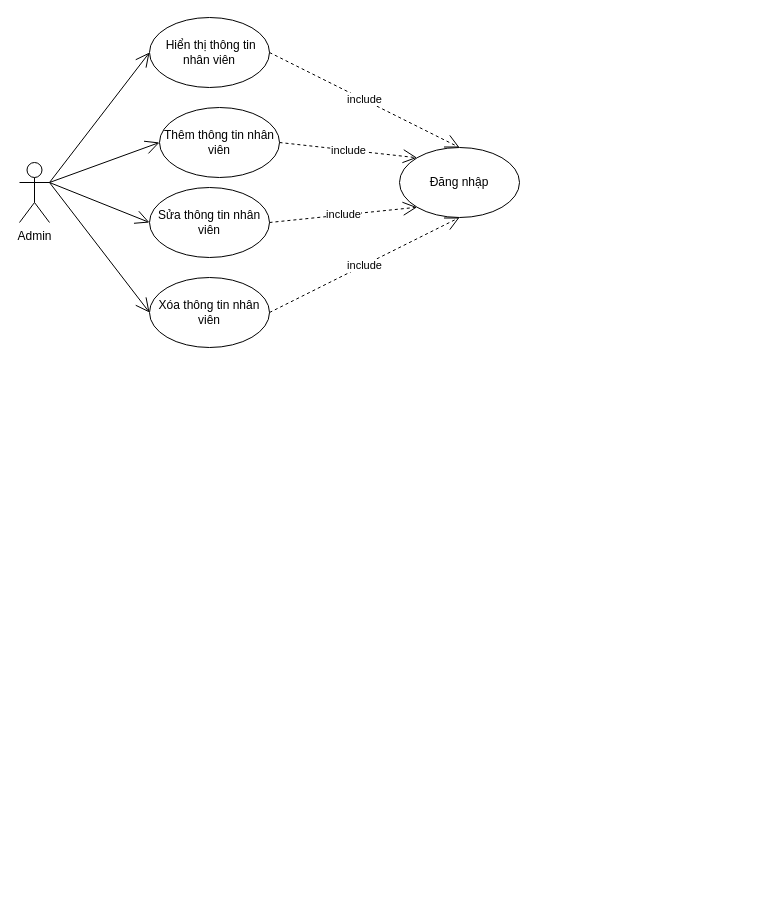
The draw.io diagram page "Quản lý nhân viên" (5 of 40) of PlantCare.drawio in kimngan0903/KimNgan_DoAnTotNghiep_2110900033, before the edit. Source tidied: cells renumbered, new cells numbered last; positions are measured from the earlier drawing's top-left corner, leaving out a move shared by most shapes. Both pictures are drawn from the tidied source at 100%, with x=0, y=0 at pixel (19, 17).
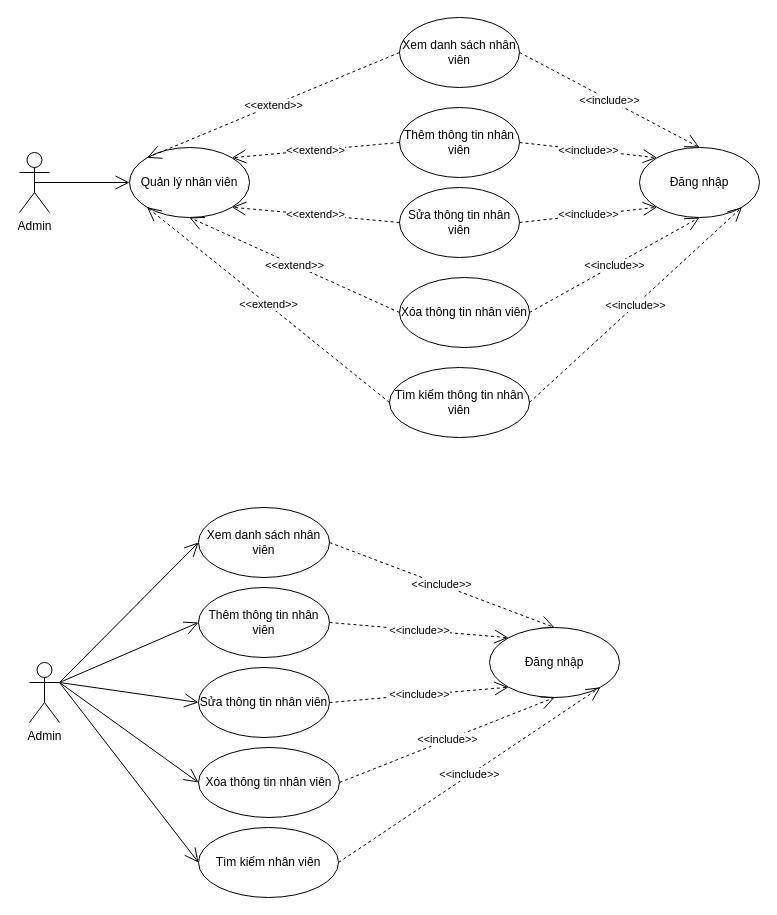
After the change.

Diff of the diagram source:
```diff
@@
     <mxCell id="2" value="Admin" style="shape=umlActor;verticalLabelPosition=bottom;verticalAlign=top;html=1;" parent="1" vertex="1">
-      <mxGeometry y="145" width="30" height="60" as="geometry" />
+      <mxGeometry y="135" width="30" height="60" as="geometry" />
     </mxCell>
-    <mxCell id="3" style="endArrow=open;endFill=1;endSize=12;html=1;rounded=0;exitX=1;exitY=0.3333333333333333;exitDx=0;exitDy=0;exitPerimeter=0;entryX=0;entryY=0.5;entryDx=0;entryDy=0;" parent="1" edge="1" source="2" target="7">
-      <mxGeometry relative="1" as="geometry" />
-    </mxCell>
     <mxCell id="4" value="Thêm thông tin nhân viên" style="ellipse;whiteSpace=wrap;html=1;" parent="1" vertex="1">
-      <mxGeometry x="140" y="90" width="120" height="70" as="geometry" />
+      <mxGeometry x="380" y="90" width="120" height="70" as="geometry" />
     </mxCell>
     <mxCell id="5" value="Sửa&lt;span style=&quot;color: rgba(0, 0, 0, 0); font-family: monospace; font-size: 0px; text-align: start; text-wrap-mode: nowrap;&quot;&gt;%&lt;/span&gt;&lt;span style=&quot;background-color: transparent; text-wrap-mode: nowrap; color: rgba(0, 0, 0, 0); font-family: monospace; font-size: 0px; text-align: start;&quot;&gt;3CmxGraphModel%3E%3Croot%3E%3CmxCell%20id%3D%220%22%2F%3E%3CmxCell%20id%3D%221%22%20parent%3D%220%22%2F%3E%3CmxCell%20id%3D%222%22%20value%3D%22Qu%E1%BA%A3n%20l%C3%BD%20kh%C3%A1ch%20h%C3%A0ng%22%20style%3D%22ellipse%3BwhiteSpace%3Dwrap%3Bhtml%3D1%3B%22%20vertex%3D%221%22%20parent%3D%221%22%3E%3CmxGeometry%20x%3D%22240%22%20y%3D%22210%22%20width%3D%22120%22%20height%3D%2270%22%20as%3D%22geometry%22%2F%3E%3C%2FmxCell%3E%3C%2Froot%3E%3C%2FmxGraphMo&lt;/span&gt;&lt;span style=&quot;background-color: transparent; color: light-dark(rgb(0, 0, 0), rgb(255, 255, 255));&quot;&gt;&amp;nbsp;thông tin nhân viên&lt;/span&gt;" style="ellipse;whiteSpace=wrap;html=1;" parent="1" vertex="1">
-      <mxGeometry x="130" y="170" width="120" height="70" as="geometry" />
+      <mxGeometry x="380" y="170" width="120" height="70" as="geometry" />
     </mxCell>
     <mxCell id="6" value="Xóa thông tin nhân viên" style="ellipse;whiteSpace=wrap;html=1;" parent="1" vertex="1">
-      <mxGeometry x="130" y="260" width="120" height="70" as="geometry" />
+      <mxGeometry x="380" y="260" width="130" height="70" as="geometry" />
     </mxCell>
-    <mxCell id="7" value="&lt;span style=&quot;color: rgba(0, 0, 0, 0); font-family: monospace; font-size: 0px; text-align: start; text-wrap-mode: nowrap;&quot;&gt;%&lt;/span&gt;&lt;span style=&quot;background-color: transparent; text-wrap-mode: nowrap; color: rgba(0, 0, 0, 0); font-family: monospace; font-size: 0px; text-align: start;&quot;&gt;3CmxGraphModel%3E%3Croot%3E%3CmxCell%20id%3D%220%22%2F%3E%3CmxCell%20id%3D%221%22%20parent%3D%220%22%2F%3E%3CmxCell%20id%3D%222%22%20value%3D%22Qu%E1%BA%A3n%20l%C3%BD%20kh%C3%A1ch%20h%C3%A0ng%22%20style%3D%22ellipse%3BwhiteSpace%3Dwrap%3Bhtml%3D1%3B%22%20vertex%3D%221%22%20parent%3D%221%22%3E%3CmxGeometry%20x%3D%22240%22%20y%3D%22210%22%20width%3D%22120%22%20height%3D%2270%22%20as%3D%22geometry%22%2F%3E%3C%2FmxCell%3E%3C%2Froot%3E%3C%2FmxGraphMo&lt;/span&gt;&lt;span style=&quot;background-color: transparent; color: light-dark(rgb(0, 0, 0), rgb(255, 255, 255));&quot;&gt;&amp;nbsp;Hiển thị thông tin nhân viên&lt;/span&gt;" style="ellipse;whiteSpace=wrap;html=1;" parent="1" vertex="1">
-      <mxGeometry x="130" width="120" height="70" as="geometry" />
+    <mxCell id="7" value="Xem danh sách nhân viên" style="ellipse;whiteSpace=wrap;html=1;" parent="1" vertex="1">
+      <mxGeometry x="380" width="120" height="70" as="geometry" />
     </mxCell>
-    <mxCell id="8" value="include" style="endArrow=open;endSize=12;dashed=1;html=1;rounded=0;exitX=1;exitY=0.5;exitDx=0;exitDy=0;entryX=0.5;entryY=0;entryDx=0;entryDy=0;" parent="1" edge="1" source="7" target="9">
+    <mxCell id="8" value="&amp;lt;&amp;lt;include&amp;gt;&amp;gt;" style="endArrow=open;endSize=12;dashed=1;html=1;rounded=0;exitX=1;exitY=0.5;exitDx=0;exitDy=0;entryX=0.5;entryY=0;entryDx=0;entryDy=0;" parent="1" edge="1" source="7" target="9">
       <mxGeometry relative="1" as="geometry" />
     </mxCell>
     <mxCell id="9" value="Đăng nhập" style="ellipse;whiteSpace=wrap;html=1;" parent="1" vertex="1">
-      <mxGeometry x="380" y="130" width="120" height="70" as="geometry" />
+      <mxGeometry x="620" y="130" width="120" height="70" as="geometry" />
     </mxCell>
-    <mxCell id="10" value="include" style="endArrow=open;endSize=12;dashed=1;html=1;rounded=0;exitX=1;exitY=0.5;exitDx=0;exitDy=0;entryX=0;entryY=0;entryDx=0;entryDy=0;" parent="1" edge="1" source="4" target="9">
+    <mxCell id="10" value="&amp;lt;&amp;lt;include&amp;gt;&amp;gt;" style="endArrow=open;endSize=12;dashed=1;html=1;rounded=0;exitX=1;exitY=0.5;exitDx=0;exitDy=0;entryX=0;entryY=0;entryDx=0;entryDy=0;" parent="1" edge="1" source="4" target="9">
       <mxGeometry relative="1" as="geometry" />
     </mxCell>
-    <mxCell id="11" value="include" style="endArrow=open;endSize=12;dashed=1;html=1;rounded=0;exitX=1;exitY=0.5;exitDx=0;exitDy=0;entryX=0;entryY=1;entryDx=0;entryDy=0;" parent="1" edge="1" source="5" target="9">
+    <mxCell id="11" value="&amp;lt;&amp;lt;include&amp;gt;&amp;gt;" style="endArrow=open;endSize=12;dashed=1;html=1;rounded=0;exitX=1;exitY=0.5;exitDx=0;exitDy=0;entryX=0;entryY=1;entryDx=0;entryDy=0;" parent="1" edge="1" source="5" target="9">
       <mxGeometry relative="1" as="geometry" />
     </mxCell>
-    <mxCell id="12" value="include" style="endArrow=open;endSize=12;dashed=1;html=1;rounded=0;exitX=1;exitY=0.5;exitDx=0;exitDy=0;entryX=0.5;entryY=1;entryDx=0;entryDy=0;" parent="1" edge="1" source="6" target="9">
+    <mxCell id="12" value="&amp;lt;&amp;lt;include&amp;gt;&amp;gt;" style="endArrow=open;endSize=12;dashed=1;html=1;rounded=0;exitX=1;exitY=0.5;exitDx=0;exitDy=0;entryX=0.5;entryY=1;entryDx=0;entryDy=0;" parent="1" edge="1" source="6" target="9">
       <mxGeometry relative="1" as="geometry" />
     </mxCell>
-    <mxCell id="13" style="endArrow=open;endFill=1;endSize=12;html=1;rounded=0;exitX=1;exitY=0.3333333333333333;exitDx=0;exitDy=0;exitPerimeter=0;entryX=0;entryY=0.5;entryDx=0;entryDy=0;" parent="1" edge="1" source="2" target="4">
-      <mxGeometry relative="1" as="geometry" />
-    </mxCell>
-    <mxCell id="14" style="endArrow=open;endFill=1;endSize=12;html=1;rounded=0;exitX=1;exitY=0.3333333333333333;exitDx=0;exitDy=0;exitPerimeter=0;entryX=0;entryY=0.5;entryDx=0;entryDy=0;" parent="1" edge="1" source="2" target="5">
-      <mxGeometry relative="1" as="geometry" />
-    </mxCell>
-    <mxCell id="15" style="endArrow=open;endFill=1;endSize=12;html=1;rounded=0;entryX=0;entryY=0.5;entryDx=0;entryDy=0;exitX=1;exitY=0.3333333333333333;exitDx=0;exitDy=0;exitPerimeter=0;" parent="1" edge="1" source="2" target="6">
-      <mxGeometry relative="1" as="geometry" />
-    </mxCell>
+    <mxCell id="16" value="Quản lý nhân viên" style="ellipse;whiteSpace=wrap;html=1;" parent="1" vertex="1">
+      <mxGeometry x="110" y="130" width="120" height="70" as="geometry" />
+    </mxCell>
+    <mxCell id="17" style="endArrow=open;endFill=1;endSize=12;html=1;rounded=0;exitX=0.5;exitY=0.5;exitDx=0;exitDy=0;exitPerimeter=0;entryX=0;entryY=0.5;entryDx=0;entryDy=0;" parent="1" edge="1" source="2" target="16">
+      <mxGeometry relative="1" as="geometry" />
+    </mxCell>
+    <mxCell id="18" value="&amp;lt;&amp;lt;extend&amp;gt;&amp;gt;" style="endArrow=open;endSize=12;dashed=1;html=1;rounded=0;exitX=0;exitY=0.5;exitDx=0;exitDy=0;entryX=0;entryY=0;entryDx=0;entryDy=0;" parent="1" edge="1" source="7" target="16">
+      <mxGeometry relative="1" as="geometry" />
+    </mxCell>
+    <mxCell id="19" value="&amp;lt;&amp;lt;extend&amp;gt;&amp;gt;" style="endArrow=open;endSize=12;dashed=1;html=1;rounded=0;exitX=0;exitY=0.5;exitDx=0;exitDy=0;entryX=1;entryY=0;entryDx=0;entryDy=0;" parent="1" edge="1" source="4" target="16">
+      <mxGeometry relative="1" as="geometry" />
+    </mxCell>
+    <mxCell id="20" value="&amp;lt;&amp;lt;extend&amp;gt;&amp;gt;" style="endArrow=open;endSize=12;dashed=1;html=1;rounded=0;exitX=0;exitY=0.5;exitDx=0;exitDy=0;entryX=1;entryY=1;entryDx=0;entryDy=0;" parent="1" edge="1" source="5" target="16">
+      <mxGeometry relative="1" as="geometry" />
+    </mxCell>
+    <mxCell id="21" value="&amp;lt;&amp;lt;extend&amp;gt;&amp;gt;" style="endArrow=open;endSize=12;dashed=1;html=1;rounded=0;exitX=0;exitY=0.5;exitDx=0;exitDy=0;entryX=0.5;entryY=1;entryDx=0;entryDy=0;" parent="1" edge="1" source="6" target="16">
+      <mxGeometry relative="1" as="geometry" />
+    </mxCell>
+    <mxCell id="22" value="Tìm kiếm thông tin nhân viên" style="ellipse;whiteSpace=wrap;html=1;" parent="1" vertex="1">
+      <mxGeometry x="370" y="350" width="140" height="70" as="geometry" />
+    </mxCell>
+    <mxCell id="23" value="&amp;lt;&amp;lt;include&amp;gt;&amp;gt;" style="endArrow=open;endSize=12;dashed=1;html=1;rounded=0;exitX=1;exitY=0.5;exitDx=0;exitDy=0;entryX=1;entryY=1;entryDx=0;entryDy=0;" parent="1" edge="1" source="22" target="9">
+      <mxGeometry relative="1" as="geometry" />
+    </mxCell>
+    <mxCell id="24" value="&amp;lt;&amp;lt;extend&amp;gt;&amp;gt;" style="endArrow=open;endSize=12;dashed=1;html=1;rounded=0;exitX=0;exitY=0.5;exitDx=0;exitDy=0;entryX=0;entryY=1;entryDx=0;entryDy=0;" parent="1" edge="1" source="22" target="16">
+      <mxGeometry relative="1" as="geometry" />
+    </mxCell>
+    <mxCell id="25" value="Admin" style="shape=umlActor;verticalLabelPosition=bottom;verticalAlign=top;html=1;" parent="1" vertex="1">
+      <mxGeometry x="10" y="645" width="30" height="60" as="geometry" />
+    </mxCell>
+    <mxCell id="26" value="Thêm thông tin nhân viên" style="ellipse;whiteSpace=wrap;html=1;" parent="1" vertex="1">
+      <mxGeometry x="179" y="570" width="131" height="70" as="geometry" />
+    </mxCell>
+    <mxCell id="27" value="Sửa&lt;span style=&quot;color: rgba(0, 0, 0, 0); font-family: monospace; font-size: 0px; text-align: start; text-wrap-mode: nowrap;&quot;&gt;%&lt;/span&gt;&lt;span style=&quot;background-color: transparent; text-wrap-mode: nowrap; color: rgba(0, 0, 0, 0); font-family: monospace; font-size: 0px; text-align: start;&quot;&gt;3CmxGraphModel%3E%3Croot%3E%3CmxCell%20id%3D%220%22%2F%3E%3CmxCell%20id%3D%221%22%20parent%3D%220%22%2F%3E%3CmxCell%20id%3D%222%22%20value%3D%22Qu%E1%BA%A3n%20l%C3%BD%20kh%C3%A1ch%20h%C3%A0ng%22%20style%3D%22ellipse%3BwhiteSpace%3Dwrap%3Bhtml%3D1%3B%22%20vertex%3D%221%22%20parent%3D%221%22%3E%3CmxGeometry%20x%3D%22240%22%20y%3D%22210%22%20width%3D%22120%22%20height%3D%2270%22%20as%3D%22geometry%22%2F%3E%3C%2FmxCell%3E%3C%2Froot%3E%3C%2FmxGraphMo&lt;/span&gt;&lt;span style=&quot;background-color: transparent; color: light-dark(rgb(0, 0, 0), rgb(255, 255, 255));&quot;&gt;&amp;nbsp;thông tin nhân viên&lt;/span&gt;" style="ellipse;whiteSpace=wrap;html=1;" parent="1" vertex="1">
+      <mxGeometry x="179" y="650" width="131" height="70" as="geometry" />
+    </mxCell>
+    <mxCell id="28" value="Xóa thông tin nhân viên" style="ellipse;whiteSpace=wrap;html=1;" parent="1" vertex="1">
+      <mxGeometry x="179" y="730" width="141" height="70" as="geometry" />
+    </mxCell>
+    <mxCell id="29" value="Xem danh sách nhân viên" style="ellipse;whiteSpace=wrap;html=1;" parent="1" vertex="1">
+      <mxGeometry x="179" y="490" width="131" height="70" as="geometry" />
+    </mxCell>
+    <mxCell id="30" value="&amp;lt;&amp;lt;include&amp;gt;&amp;gt;" style="endArrow=open;endSize=12;dashed=1;html=1;rounded=0;exitX=1;exitY=0.5;exitDx=0;exitDy=0;entryX=0.5;entryY=0;entryDx=0;entryDy=0;" parent="1" edge="1" source="29" target="31">
+      <mxGeometry relative="1" as="geometry" />
+    </mxCell>
+    <mxCell id="31" value="Đăng nhập" style="ellipse;whiteSpace=wrap;html=1;" parent="1" vertex="1">
+      <mxGeometry x="470" y="610" width="130" height="70" as="geometry" />
+    </mxCell>
+    <mxCell id="32" value="&amp;lt;&amp;lt;include&amp;gt;&amp;gt;" style="endArrow=open;endSize=12;dashed=1;html=1;rounded=0;exitX=1;exitY=0.5;exitDx=0;exitDy=0;entryX=0;entryY=0;entryDx=0;entryDy=0;" parent="1" edge="1" source="26" target="31">
+      <mxGeometry relative="1" as="geometry" />
+    </mxCell>
+    <mxCell id="33" value="&amp;lt;&amp;lt;include&amp;gt;&amp;gt;" style="endArrow=open;endSize=12;dashed=1;html=1;rounded=0;exitX=1;exitY=0.5;exitDx=0;exitDy=0;entryX=0;entryY=1;entryDx=0;entryDy=0;" parent="1" edge="1" source="27" target="31">
+      <mxGeometry relative="1" as="geometry" />
+    </mxCell>
+    <mxCell id="34" value="&amp;lt;&amp;lt;include&amp;gt;&amp;gt;" style="endArrow=open;endSize=12;dashed=1;html=1;rounded=0;exitX=1;exitY=0.5;exitDx=0;exitDy=0;entryX=0.5;entryY=1;entryDx=0;entryDy=0;" parent="1" edge="1" source="28" target="31">
+      <mxGeometry relative="1" as="geometry" />
+    </mxCell>
+    <mxCell id="35" style="endArrow=open;endFill=1;endSize=12;html=1;rounded=0;exitX=1;exitY=0.3333333333333333;exitDx=0;exitDy=0;exitPerimeter=0;entryX=0;entryY=0.5;entryDx=0;entryDy=0;" parent="1" edge="1" source="25" target="29">
+      <mxGeometry relative="1" as="geometry" />
+    </mxCell>
+    <mxCell id="36" value="Tìm kiếm nhân viên" style="ellipse;whiteSpace=wrap;html=1;" parent="1" vertex="1">
+      <mxGeometry x="179" y="810" width="140" height="70" as="geometry" />
+    </mxCell>
+    <mxCell id="37" value="&amp;lt;&amp;lt;include&amp;gt;&amp;gt;" style="endArrow=open;endSize=12;dashed=1;html=1;rounded=0;exitX=1;exitY=0.5;exitDx=0;exitDy=0;entryX=1;entryY=1;entryDx=0;entryDy=0;" parent="1" edge="1" source="36" target="31">
+      <mxGeometry relative="1" as="geometry" />
+    </mxCell>
+    <mxCell id="38" style="endArrow=open;endFill=1;endSize=12;html=1;rounded=0;exitX=1;exitY=0.3333333333333333;exitDx=0;exitDy=0;exitPerimeter=0;entryX=0;entryY=0.5;entryDx=0;entryDy=0;" parent="1" edge="1" source="25" target="26">
+      <mxGeometry relative="1" as="geometry" />
+    </mxCell>
+    <mxCell id="39" style="endArrow=open;endFill=1;endSize=12;html=1;rounded=0;exitX=1;exitY=0.3333333333333333;exitDx=0;exitDy=0;exitPerimeter=0;entryX=0;entryY=0.5;entryDx=0;entryDy=0;" parent="1" edge="1" source="25" target="28">
+      <mxGeometry relative="1" as="geometry" />
+    </mxCell>
+    <mxCell id="40" style="endArrow=open;endFill=1;endSize=12;html=1;rounded=0;exitX=1;exitY=0.3333333333333333;exitDx=0;exitDy=0;exitPerimeter=0;entryX=0;entryY=0.5;entryDx=0;entryDy=0;" parent="1" edge="1" source="25" target="27">
+      <mxGeometry relative="1" as="geometry" />
+    </mxCell>
+    <mxCell id="41" style="endArrow=open;endFill=1;endSize=12;html=1;rounded=0;exitX=1;exitY=0.3333333333333333;exitDx=0;exitDy=0;exitPerimeter=0;entryX=0;entryY=0.5;entryDx=0;entryDy=0;" parent="1" edge="1" source="25" target="36">
+      <mxGeometry relative="1" as="geometry" />
+    </mxCell>
```
